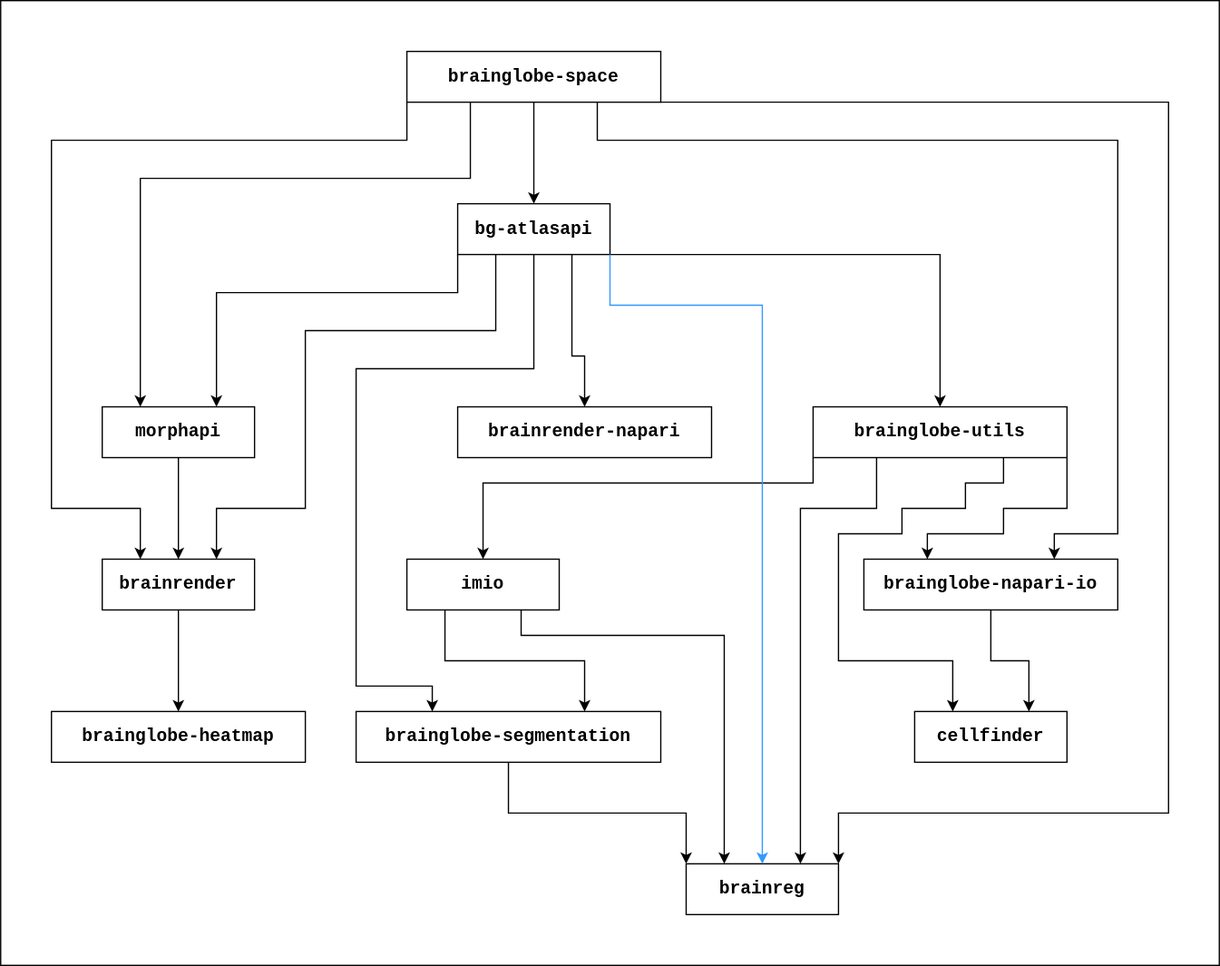
brainglobe/brainglobe.github.io keeps this draw.io diagram as _images/brainglobe-dependencies.svg. Above is the earlier version. Source tidied: cells renumbered, new cells last; positions are measured from the earlier drawing's top-left corner, leaving out a move shared by most shapes.
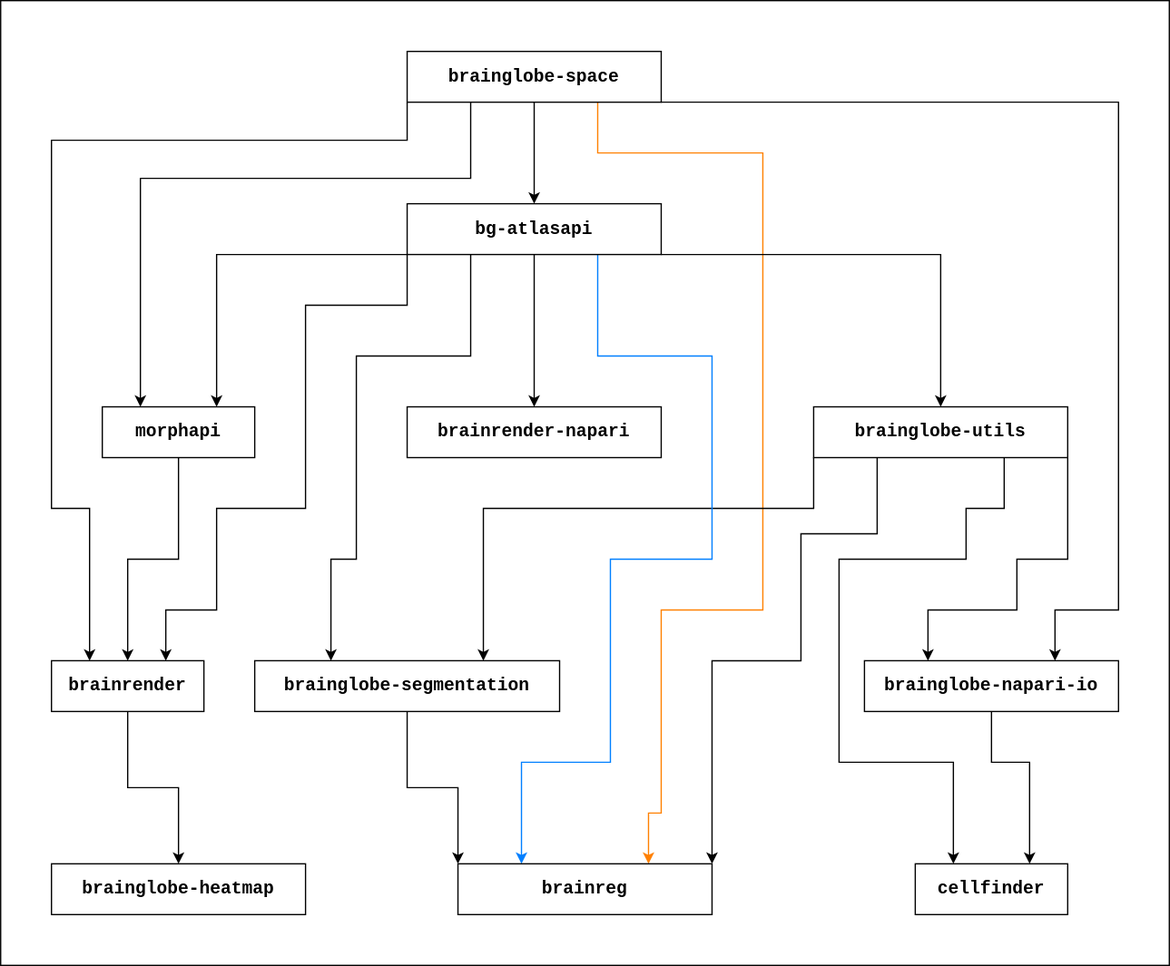
Above is the later version.

What changed in the source:
```diff
@@ -3,7 +3,7 @@
     <mxCell id="0" />
     <mxCell id="1" parent="0" />
     <mxCell id="2" style="rounded=0;whiteSpace=wrap;html=1;" parent="1" vertex="1">
-      <mxGeometry width="960" height="760" as="geometry" />
+      <mxGeometry width="920" height="760" as="geometry" />
     </mxCell>
     <mxCell id="3" style="edgeStyle=orthogonalEdgeStyle;rounded=0;jettySize=auto;html=1;exitX=0.5;exitY=1;exitDx=0;exitDy=0;entryX=0.5;entryY=0;entryDx=0;entryDy=0;" parent="1" edge="1" source="8" target="19">
       <mxGeometry relative="1" as="geometry" />
@@ -22,141 +22,127 @@
           <mxPoint x="320" y="110" />
           <mxPoint x="40" y="110" />
           <mxPoint x="40" y="400" />
-          <mxPoint x="110" y="400" />
+          <mxPoint x="70" y="400" />
         </Array>
       </mxGeometry>
     </mxCell>
-    <mxCell id="6" style="edgeStyle=orthogonalEdgeStyle;rounded=0;jettySize=auto;html=1;exitX=0.75;exitY=1;exitDx=0;exitDy=0;entryX=0.75;entryY=0;entryDx=0;entryDy=0;" parent="1" edge="1" source="8" target="26">
-      <mxGeometry relative="1" as="geometry">
-        <Array as="points">
-          <mxPoint x="470" y="110" />
-          <mxPoint x="880" y="110" />
-          <mxPoint x="880" y="420" />
-          <mxPoint x="830" y="420" />
-        </Array>
-      </mxGeometry>
-    </mxCell>
-    <mxCell id="7" style="edgeStyle=orthogonalEdgeStyle;rounded=0;jettySize=auto;html=1;exitX=1;exitY=1;exitDx=0;exitDy=0;entryX=1;entryY=0;entryDx=0;entryDy=0;" parent="1" edge="1" source="8" target="31">
+    <mxCell id="7" style="edgeStyle=orthogonalEdgeStyle;rounded=0;jettySize=auto;html=1;exitX=0.75;exitY=1;exitDx=0;exitDy=0;entryX=0.75;entryY=0;entryDx=0;entryDy=0;strokeColor=#FF8000;" parent="1" edge="1" source="8" target="31">
       <mxGeometry relative="1" as="geometry">
         <Array as="points">
-          <mxPoint x="920" y="80" />
-          <mxPoint x="920" y="640" />
-          <mxPoint x="660" y="640" />
+          <mxPoint x="470" y="120" />
+          <mxPoint x="600" y="120" />
+          <mxPoint x="600" y="480" />
+          <mxPoint x="520" y="480" />
+          <mxPoint x="520" y="640" />
+          <mxPoint x="510" y="640" />
         </Array>
       </mxGeometry>
     </mxCell>
     <mxCell id="8" value="brainglobe-space" style="rounded=0;whiteSpace=wrap;html=1;fillColor=default;fontFamily=Courier New;fontStyle=1;fontSize=14;fontColor=default;" parent="1" vertex="1">
       <mxGeometry x="320" y="40" width="200" height="40" as="geometry" />
     </mxCell>
-    <mxCell id="9" style="edgeStyle=orthogonalEdgeStyle;rounded=0;jettySize=auto;html=1;exitX=0;exitY=1;exitDx=0;exitDy=0;entryX=0.5;entryY=0;entryDx=0;entryDy=0;" parent="1" edge="1" source="13" target="22">
-      <mxGeometry relative="1" as="geometry">
-        <Array as="points">
-          <mxPoint x="640" y="380" />
-          <mxPoint x="380" y="380" />
-        </Array>
-      </mxGeometry>
-    </mxCell>
+    <mxCell id="36" style="edgeStyle=orthogonalEdgeStyle;rounded=0;jettySize=auto;html=1;exitX=0;exitY=1;exitDx=0;exitDy=0;entryX=0.75;entryY=0;entryDx=0;entryDy=0;" parent="1" edge="1" source="13" target="29">
+      <mxGeometry relative="1" as="geometry">
+        <Array as="points">
+          <mxPoint x="640" y="400" />
+          <mxPoint x="380" y="400" />
+        </Array>
+      </mxGeometry>
+    </mxCell>
     <mxCell id="10" style="edgeStyle=orthogonalEdgeStyle;rounded=0;jettySize=auto;html=1;exitX=1;exitY=1;exitDx=0;exitDy=0;entryX=0.25;entryY=0;entryDx=0;entryDy=0;" parent="1" edge="1" source="13" target="26">
       <mxGeometry relative="1" as="geometry">
         <Array as="points">
-          <mxPoint x="840" y="400" />
-          <mxPoint x="790" y="400" />
-          <mxPoint x="790" y="420" />
-          <mxPoint x="730" y="420" />
+          <mxPoint x="840" y="440" />
+          <mxPoint x="800" y="440" />
+          <mxPoint x="800" y="480" />
+          <mxPoint x="730" y="480" />
         </Array>
       </mxGeometry>
     </mxCell>
-    <mxCell id="11" style="edgeStyle=orthogonalEdgeStyle;rounded=0;jettySize=auto;html=1;entryX=0.25;entryY=0;entryDx=0;entryDy=0;exitX=0.75;exitY=1;exitDx=0;exitDy=0;" parent="1" edge="1" source="13" target="30">
+    <mxCell id="11" style="edgeStyle=orthogonalEdgeStyle;rounded=0;jettySize=auto;html=1;exitX=0.75;exitY=1;exitDx=0;exitDy=0;entryX=0.25;entryY=0;entryDx=0;entryDy=0;" parent="1" edge="1" source="13" target="30">
       <mxGeometry relative="1" as="geometry">
         <Array as="points">
-          <mxPoint x="790" y="380" />
-          <mxPoint x="760" y="380" />
+          <mxPoint x="790" y="400" />
           <mxPoint x="760" y="400" />
-          <mxPoint x="710" y="400" />
-          <mxPoint x="710" y="420" />
-          <mxPoint x="660" y="420" />
-          <mxPoint x="660" y="520" />
-          <mxPoint x="750" y="520" />
+          <mxPoint x="760" y="440" />
+          <mxPoint x="660" y="440" />
+          <mxPoint x="660" y="600" />
+          <mxPoint x="750" y="600" />
         </Array>
       </mxGeometry>
     </mxCell>
-    <mxCell id="12" style="edgeStyle=orthogonalEdgeStyle;rounded=0;jettySize=auto;html=1;exitX=0.25;exitY=1;exitDx=0;exitDy=0;entryX=0.75;entryY=0;entryDx=0;entryDy=0;" parent="1" edge="1" source="13" target="31">
+    <mxCell id="12" style="edgeStyle=orthogonalEdgeStyle;rounded=0;jettySize=auto;html=1;exitX=0.25;exitY=1;exitDx=0;exitDy=0;entryX=1;entryY=0;entryDx=0;entryDy=0;" parent="1" edge="1" source="13" target="31">
       <mxGeometry relative="1" as="geometry">
         <Array as="points">
-          <mxPoint x="690" y="400" />
-          <mxPoint x="630" y="400" />
+          <mxPoint x="690" y="420" />
+          <mxPoint x="630" y="420" />
+          <mxPoint x="630" y="520" />
+          <mxPoint x="560" y="520" />
         </Array>
       </mxGeometry>
     </mxCell>
     <mxCell id="13" value="brainglobe-utils" style="rounded=0;whiteSpace=wrap;html=1;fillColor=default;fontFamily=Courier New;fontStyle=1;fontSize=14;fontColor=default;" parent="1" vertex="1">
       <mxGeometry x="640" y="320" width="200" height="40" as="geometry" />
     </mxCell>
+    <mxCell id="15" style="edgeStyle=orthogonalEdgeStyle;rounded=0;jettySize=auto;html=1;exitX=0;exitY=1;exitDx=0;exitDy=0;entryX=0.75;entryY=0;entryDx=0;entryDy=0;" parent="1" edge="1" source="19" target="24">
+      <mxGeometry relative="1" as="geometry">
+        <Array as="points">
+          <mxPoint x="170" y="200" />
+        </Array>
+      </mxGeometry>
+    </mxCell>
+    <mxCell id="17" style="edgeStyle=orthogonalEdgeStyle;rounded=0;jettySize=auto;html=1;exitX=0;exitY=1;exitDx=0;exitDy=0;entryX=0.75;entryY=0;entryDx=0;entryDy=0;" parent="1" edge="1" source="19" target="33">
+      <mxGeometry relative="1" as="geometry">
+        <Array as="points">
+          <mxPoint x="320" y="240" />
+          <mxPoint x="240" y="240" />
+          <mxPoint x="240" y="400" />
+          <mxPoint x="170" y="400" />
+          <mxPoint x="170" y="480" />
+          <mxPoint x="130" y="480" />
+        </Array>
+      </mxGeometry>
+    </mxCell>
-    <mxCell id="14" style="edgeStyle=orthogonalEdgeStyle;rounded=0;jettySize=auto;html=1;exitX=0.75;exitY=1;exitDx=0;exitDy=0;entryX=0.5;entryY=0;entryDx=0;entryDy=0;" parent="1" edge="1" source="19" target="27">
+    <mxCell id="14" style="edgeStyle=orthogonalEdgeStyle;rounded=0;jettySize=auto;html=1;exitX=0.5;exitY=1;exitDx=0;exitDy=0;entryX=0.5;entryY=0;entryDx=0;entryDy=0;" parent="1" edge="1" source="19" target="27">
       <mxGeometry relative="1" as="geometry">
         <Array as="points">
-          <mxPoint x="450" y="280" />
-          <mxPoint x="460" y="280" />
+          <mxPoint x="420" y="300" />
+          <mxPoint x="420" y="300" />
         </Array>
       </mxGeometry>
     </mxCell>
-    <mxCell id="15" style="edgeStyle=orthogonalEdgeStyle;rounded=0;jettySize=auto;html=1;exitX=0;exitY=1;exitDx=0;exitDy=0;entryX=0.75;entryY=0;entryDx=0;entryDy=0;" parent="1" edge="1" source="19" target="24">
-      <mxGeometry relative="1" as="geometry">
-        <Array as="points">
-          <mxPoint x="360" y="230" />
-          <mxPoint x="170" y="230" />
-        </Array>
-      </mxGeometry>
-    </mxCell>
-    <mxCell id="16" style="edgeStyle=orthogonalEdgeStyle;rounded=0;jettySize=auto;html=1;entryX=0.5;entryY=0;entryDx=0;entryDy=0;" parent="1" edge="1" target="13">
-      <mxGeometry relative="1" as="geometry">
-        <mxPoint x="480" y="200" as="sourcePoint" />
-        <Array as="points">
-          <mxPoint x="740" y="200" />
-        </Array>
-      </mxGeometry>
-    </mxCell>
-    <mxCell id="17" style="edgeStyle=orthogonalEdgeStyle;rounded=0;jettySize=auto;html=1;exitX=0.25;exitY=1;exitDx=0;exitDy=0;entryX=0.75;entryY=0;entryDx=0;entryDy=0;" parent="1" edge="1" source="19" target="33">
-      <mxGeometry relative="1" as="geometry">
-        <Array as="points">
-          <mxPoint x="390" y="260" />
-          <mxPoint x="240" y="260" />
-          <mxPoint x="240" y="400" />
-          <mxPoint x="170" y="400" />
-        </Array>
-      </mxGeometry>
-    </mxCell>
-    <mxCell id="18" style="edgeStyle=orthogonalEdgeStyle;rounded=0;jettySize=auto;html=1;entryX=0.25;entryY=0;entryDx=0;entryDy=0;" parent="1" edge="1" source="19" target="29">
+    <mxCell id="18" style="edgeStyle=orthogonalEdgeStyle;rounded=0;jettySize=auto;html=1;exitX=0.25;exitY=1;exitDx=0;exitDy=0;entryX=0.25;entryY=0;entryDx=0;entryDy=0;" parent="1" edge="1" source="19" target="29">
       <mxGeometry relative="1" as="geometry">
         <Array as="points">
-          <mxPoint x="420" y="290" />
-          <mxPoint x="280" y="290" />
-          <mxPoint x="280" y="540" />
-          <mxPoint x="340" y="540" />
+          <mxPoint x="370" y="280" />
+          <mxPoint x="280" y="280" />
+          <mxPoint x="280" y="440" />
+          <mxPoint x="260" y="440" />
         </Array>
       </mxGeometry>
     </mxCell>
+    <mxCell id="37" style="edgeStyle=orthogonalEdgeStyle;rounded=0;jettySize=auto;html=1;exitX=1;exitY=1;exitDx=0;exitDy=0;entryX=0.5;entryY=0;entryDx=0;entryDy=0;" parent="1" edge="1" source="19" target="13">
+      <mxGeometry relative="1" as="geometry">
+        <Array as="points">
+          <mxPoint x="740" y="200" />
+        </Array>
+      </mxGeometry>
+    </mxCell>
+    <mxCell id="35" style="edgeStyle=orthogonalEdgeStyle;rounded=0;jettySize=auto;html=1;exitX=0.75;exitY=1;exitDx=0;exitDy=0;entryX=0.25;entryY=0;entryDx=0;entryDy=0;fillColor=#dae8fc;strokeColor=#007FFF;" parent="1" edge="1" source="19" target="31">
+      <mxGeometry relative="1" as="geometry">
+        <Array as="points">
+          <mxPoint x="470" y="280" />
+          <mxPoint x="560" y="280" />
+          <mxPoint x="560" y="440" />
+          <mxPoint x="480" y="440" />
+          <mxPoint x="480" y="600" />
+          <mxPoint x="410" y="600" />
+        </Array>
+      </mxGeometry>
+    </mxCell>
     <mxCell id="19" value="bg-atlasapi" style="rounded=0;whiteSpace=wrap;html=1;fillColor=default;fontFamily=Courier New;fontStyle=1;fontSize=14;fontColor=default;" parent="1" vertex="1">
-      <mxGeometry x="360" y="160" width="120" height="40" as="geometry" />
+      <mxGeometry x="320" y="160" width="200" height="40" as="geometry" />
     </mxCell>
-    <mxCell id="20" style="edgeStyle=orthogonalEdgeStyle;rounded=0;jettySize=auto;html=1;entryX=0.75;entryY=0;entryDx=0;entryDy=0;exitX=0.25;exitY=1;exitDx=0;exitDy=0;" parent="1" edge="1" source="22" target="29">
-      <mxGeometry relative="1" as="geometry">
-        <Array as="points">
-          <mxPoint x="350" y="520" />
-          <mxPoint x="460" y="520" />
-        </Array>
-      </mxGeometry>
-    </mxCell>
-    <mxCell id="21" style="edgeStyle=orthogonalEdgeStyle;rounded=0;jettySize=auto;html=1;exitX=0.75;exitY=1;exitDx=0;exitDy=0;entryX=0.25;entryY=0;entryDx=0;entryDy=0;" parent="1" edge="1" source="22" target="31">
-      <mxGeometry relative="1" as="geometry">
-        <Array as="points">
-          <mxPoint x="410" y="500" />
-          <mxPoint x="570" y="500" />
-        </Array>
-      </mxGeometry>
-    </mxCell>
-    <mxCell id="22" value="imio" style="rounded=0;whiteSpace=wrap;html=1;fillColor=default;fontFamily=Courier New;fontStyle=1;fontSize=14;fontColor=default;" parent="1" vertex="1">
-      <mxGeometry x="320" y="440" width="120" height="40" as="geometry" />
-    </mxCell>
     <mxCell id="23" style="edgeStyle=orthogonalEdgeStyle;rounded=0;jettySize=auto;html=1;exitX=0.5;exitY=1;exitDx=0;exitDy=0;entryX=0.5;entryY=0;entryDx=0;entryDy=0;" parent="1" edge="1" source="24" target="33">
       <mxGeometry relative="1" as="geometry" />
     </mxCell>
@@ -164,42 +150,50 @@
       <mxGeometry x="80" y="320" width="120" height="40" as="geometry" />
     </mxCell>
     <mxCell id="25" style="edgeStyle=orthogonalEdgeStyle;rounded=0;jettySize=auto;html=1;exitX=0.5;exitY=1;exitDx=0;exitDy=0;entryX=0.75;entryY=0;entryDx=0;entryDy=0;" parent="1" edge="1" source="26" target="30">
-      <mxGeometry relative="1" as="geometry" />
+      <mxGeometry relative="1" as="geometry">
+        <Array as="points">
+          <mxPoint x="780" y="600" />
+          <mxPoint x="810" y="600" />
+        </Array>
+      </mxGeometry>
     </mxCell>
     <mxCell id="26" value="brainglobe-napari-io" style="rounded=0;whiteSpace=wrap;html=1;fillColor=default;fontFamily=Courier New;fontStyle=1;fontSize=14;fontColor=default;" parent="1" vertex="1">
-      <mxGeometry x="680" y="440" width="200" height="40" as="geometry" />
+      <mxGeometry x="680" y="520" width="200" height="40" as="geometry" />
     </mxCell>
     <mxCell id="27" value="brainrender-napari" style="rounded=0;whiteSpace=wrap;html=1;fillColor=default;fontFamily=Courier New;fontStyle=1;fontSize=14;fontColor=default;" parent="1" vertex="1">
-      <mxGeometry x="360" y="320" width="200" height="40" as="geometry" />
+      <mxGeometry x="320" y="320" width="200" height="40" as="geometry" />
     </mxCell>
     <mxCell id="28" style="edgeStyle=orthogonalEdgeStyle;rounded=0;jettySize=auto;html=1;exitX=0.5;exitY=1;exitDx=0;exitDy=0;entryX=0;entryY=0;entryDx=0;entryDy=0;" parent="1" edge="1" source="29" target="31">
       <mxGeometry relative="1" as="geometry" />
     </mxCell>
     <mxCell id="29" value="brainglobe-segmentation" style="rounded=0;whiteSpace=wrap;html=1;fillColor=default;fontFamily=Courier New;fontStyle=1;fontSize=14;fontColor=default;" parent="1" vertex="1">
-      <mxGeometry x="280" y="560" width="240" height="40" as="geometry" />
+      <mxGeometry x="200" y="520" width="240" height="40" as="geometry" />
     </mxCell>
     <mxCell id="30" value="cellfinder" style="rounded=0;whiteSpace=wrap;html=1;fillColor=default;fontFamily=Courier New;fontStyle=1;fontSize=14;fontColor=default;" parent="1" vertex="1">
-      <mxGeometry x="720" y="560" width="120" height="40" as="geometry" />
+      <mxGeometry x="720" y="680" width="120" height="40" as="geometry" />
     </mxCell>
     <mxCell id="31" value="brainreg" style="rounded=0;whiteSpace=wrap;html=1;fillColor=default;fontFamily=Courier New;fontStyle=1;fontSize=14;fontColor=default;" parent="1" vertex="1">
-      <mxGeometry x="540" y="680" width="120" height="40" as="geometry" />
+      <mxGeometry x="360" y="680" width="200" height="40" as="geometry" />
     </mxCell>
     <mxCell id="32" style="edgeStyle=orthogonalEdgeStyle;rounded=0;jettySize=auto;html=1;entryX=0.5;entryY=0;entryDx=0;entryDy=0;" parent="1" edge="1" source="33" target="34">
       <mxGeometry relative="1" as="geometry" />
     </mxCell>
     <mxCell id="33" value="brainrender" style="rounded=0;whiteSpace=wrap;html=1;fillColor=default;fontFamily=Courier New;fontStyle=1;fontSize=14;fontColor=default;" parent="1" vertex="1">
-      <mxGeometry x="80" y="440" width="120" height="40" as="geometry" />
+      <mxGeometry x="40" y="520" width="120" height="40" as="geometry" />
     </mxCell>
     <mxCell id="34" value="brainglobe-heatmap" style="rounded=0;whiteSpace=wrap;html=1;fillColor=default;fontFamily=Courier New;fontStyle=1;fontSize=14;fontColor=default;" parent="1" vertex="1">
-      <mxGeometry x="40" y="560" width="200" height="40" as="geometry" />
+      <mxGeometry x="40" y="680" width="200" height="40" as="geometry" />
     </mxCell>
-    <mxCell id="35" style="edgeStyle=orthogonalEdgeStyle;rounded=0;jettySize=auto;html=1;exitX=1;exitY=1;exitDx=0;exitDy=0;entryX=0.5;entryY=0;entryDx=0;entryDy=0;strokeColor=#3399FF;" parent="1" edge="1" source="19" target="31">
-      <mxGeometry relative="1" as="geometry">
-        <Array as="points">
-          <mxPoint x="480" y="240" />
-          <mxPoint x="600" y="240" />
-        </Array>
-      </mxGeometry>
-    </mxCell>
+    <mxCell id="38" style="edgeStyle=orthogonalEdgeStyle;rounded=0;jettySize=auto;html=1;exitX=1;exitY=1;exitDx=0;exitDy=0;" parent="1" edge="1" source="8">
+      <mxGeometry relative="1" as="geometry">
+        <mxPoint x="830" y="520" as="targetPoint" />
+        <Array as="points">
+          <mxPoint x="880" y="80" />
+          <mxPoint x="880" y="480" />
+          <mxPoint x="830" y="480" />
+          <mxPoint x="830" y="520" />
+        </Array>
+      </mxGeometry>
+    </mxCell>
   </root>
 </mxGraphModel>
```
